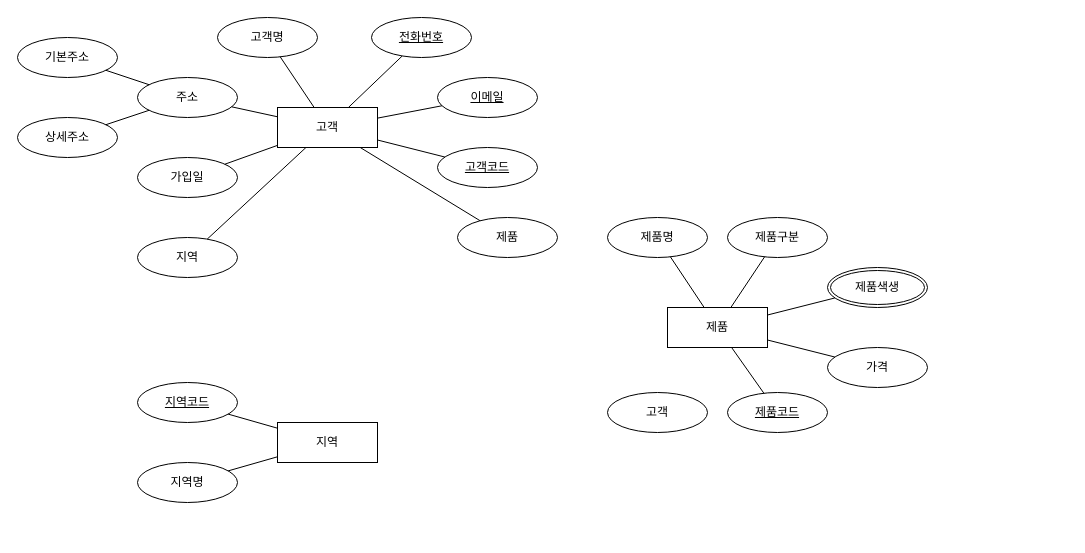
Above: ERD_TEST.drawio in KimHakLae/ERD_TEST (draw.io), before the change. Source tidied: cells renumbered, new cells numbered last; positions are measured from the earlier drawing's top-left corner, leaving out a move shared by most shapes. Both pictures are drawn from the tidied source at 100%, with x=0, y=0 at pixel (17, 17).
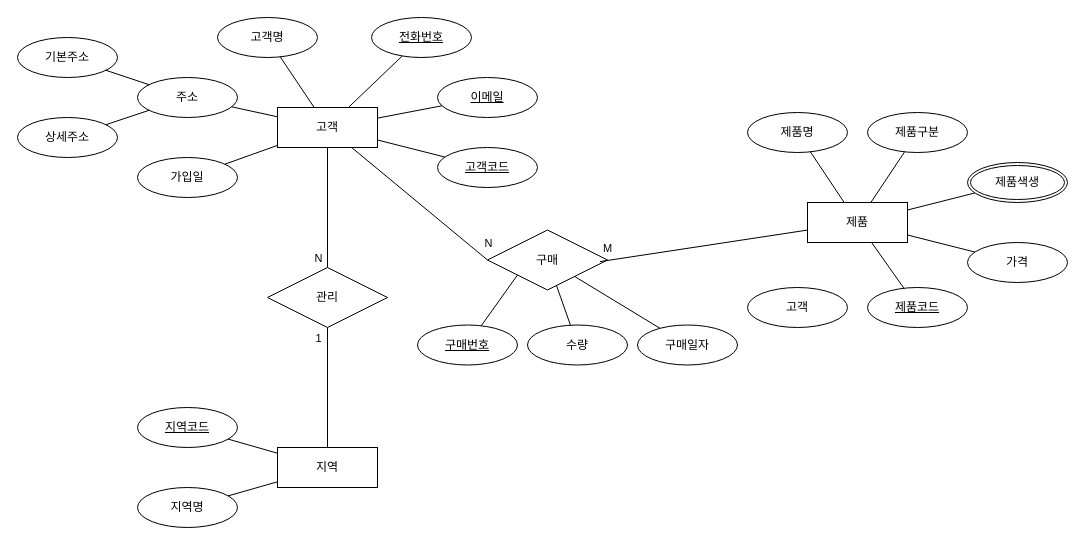
The same page after the edit.

Commit message:
최종 ER다이어그램 (관계포함)_08강

Unchanged cells that the change refers to:
```xml
<mxCell id="2" value="고객" style="whiteSpace=wrap;html=1;align=center;" parent="1" vertex="1">
  <mxGeometry x="260" y="90" width="100" height="40" as="geometry" />
</mxCell>
```

What changed in the source:
```diff
@@
-    <mxCell id="19" value="지역" style="ellipse;whiteSpace=wrap;html=1;align=center;" parent="1" vertex="1">
-      <mxGeometry x="120" y="220" width="100" height="40" as="geometry" />
-    </mxCell>
-    <mxCell id="20" style="endArrow=none;html=1;rounded=0;" parent="1" edge="1" source="19" target="2">
-      <mxGeometry relative="1" as="geometry" />
-    </mxCell>
     <mxCell id="21" value="지역" style="whiteSpace=wrap;html=1;align=center;" parent="1" vertex="1">
-      <mxGeometry x="260" y="405" width="100" height="40" as="geometry" />
+      <mxGeometry x="260" y="430" width="100" height="40" as="geometry" />
     </mxCell>
     <mxCell id="22" value="지역명" style="ellipse;whiteSpace=wrap;html=1;align=center;" parent="1" vertex="1">
-      <mxGeometry x="120" y="445" width="100" height="40" as="geometry" />
+      <mxGeometry x="120" y="470" width="100" height="40" as="geometry" />
     </mxCell>
     <mxCell id="23" value="지역코드" style="ellipse;whiteSpace=wrap;html=1;align=center;fontStyle=4;" parent="1" vertex="1">
-      <mxGeometry x="120" y="365" width="100" height="40" as="geometry" />
+      <mxGeometry x="120" y="390" width="100" height="40" as="geometry" />
     </mxCell>
@@
     <mxCell id="26" value="제품" style="whiteSpace=wrap;html=1;align=center;" parent="1" vertex="1">
-      <mxGeometry x="650" y="290" width="100" height="40" as="geometry" />
+      <mxGeometry x="790" y="185" width="100" height="40" as="geometry" />
     </mxCell>
     <mxCell id="27" value="제품코드" style="ellipse;whiteSpace=wrap;html=1;align=center;fontStyle=4;" parent="1" vertex="1">
-      <mxGeometry x="710" y="375" width="100" height="40" as="geometry" />
+      <mxGeometry x="850" y="270" width="100" height="40" as="geometry" />
     </mxCell>
     <mxCell id="28" value="제품명" style="ellipse;whiteSpace=wrap;html=1;align=center;" parent="1" vertex="1">
-      <mxGeometry x="590" y="200" width="100" height="40" as="geometry" />
+      <mxGeometry x="730" y="95" width="100" height="40" as="geometry" />
     </mxCell>
     <mxCell id="29" value="제품구분" style="ellipse;whiteSpace=wrap;html=1;align=center;" parent="1" vertex="1">
-      <mxGeometry x="710" y="200" width="100" height="40" as="geometry" />
+      <mxGeometry x="850" y="95" width="100" height="40" as="geometry" />
     </mxCell>
     <mxCell id="30" value="제품색생" style="ellipse;shape=doubleEllipse;margin=3;whiteSpace=wrap;html=1;align=center;" parent="1" vertex="1">
-      <mxGeometry x="810" y="250" width="100" height="40" as="geometry" />
+      <mxGeometry x="950" y="145" width="100" height="40" as="geometry" />
     </mxCell>
     <mxCell id="31" value="가격" style="ellipse;whiteSpace=wrap;html=1;align=center;" parent="1" vertex="1">
-      <mxGeometry x="810" y="330" width="100" height="40" as="geometry" />
+      <mxGeometry x="950" y="225" width="100" height="40" as="geometry" />
     </mxCell>
@@
-    <mxCell id="38" value="제품" style="ellipse;whiteSpace=wrap;html=1;align=center;" parent="1" vertex="1">
-      <mxGeometry x="440" y="200" width="100" height="40" as="geometry" />
-    </mxCell>
-    <mxCell id="39" style="endArrow=none;html=1;rounded=0;" parent="1" edge="1" source="38" target="2">
-      <mxGeometry relative="1" as="geometry" />
-    </mxCell>
     <mxCell id="40" value="고객" style="ellipse;whiteSpace=wrap;html=1;align=center;" parent="1" vertex="1">
-      <mxGeometry x="590" y="375" width="100" height="40" as="geometry" />
+      <mxGeometry x="730" y="270" width="100" height="40" as="geometry" />
     </mxCell>
+    <mxCell id="41" value="관리" style="shape=rhombus;perimeter=rhombusPerimeter;whiteSpace=wrap;html=1;align=center;" parent="1" vertex="1">
+      <mxGeometry x="250" y="250" width="120" height="60" as="geometry" />
+    </mxCell>
+    <mxCell id="42" style="endArrow=none;html=1;rounded=0;" parent="1" edge="1" source="41" target="2">
+      <mxGeometry relative="1" as="geometry" />
+    </mxCell>
+    <mxCell id="43" value="N" style="edgeLabel;html=1;align=center;verticalAlign=middle;" parent="42" vertex="1">
+      <mxGeometry x="0.24" y="-2" relative="1" as="geometry">
+        <mxPoint x="-12" y="64" as="offset" />
+      </mxGeometry>
+    </mxCell>
+    <mxCell id="44" style="endArrow=none;html=1;rounded=0;" parent="1" edge="1" source="21" target="41">
+      <mxGeometry relative="1" as="geometry" />
+    </mxCell>
+    <mxCell id="45" value="1" style="edgeLabel;html=1;align=center;verticalAlign=middle;" parent="44" vertex="1">
+      <mxGeometry x="0.22" y="2" relative="1" as="geometry">
+        <mxPoint x="-8" y="-37" as="offset" />
+      </mxGeometry>
+    </mxCell>
+    <mxCell id="46" value="구매" style="shape=rhombus;perimeter=rhombusPerimeter;whiteSpace=wrap;html=1;align=center;" parent="1" vertex="1">
+      <mxGeometry x="470" y="212.5" width="120" height="60" as="geometry" />
+    </mxCell>
+    <mxCell id="47" value="구매번호" style="ellipse;whiteSpace=wrap;html=1;align=center;fontStyle=4;" parent="1" vertex="1">
+      <mxGeometry x="400" y="307.5" width="100" height="40" as="geometry" />
+    </mxCell>
+    <mxCell id="48" value="수량" style="ellipse;whiteSpace=wrap;html=1;align=center;" parent="1" vertex="1">
+      <mxGeometry x="510" y="307.5" width="100" height="40" as="geometry" />
+    </mxCell>
+    <mxCell id="49" value="구매일자" style="ellipse;whiteSpace=wrap;html=1;align=center;" parent="1" vertex="1">
+      <mxGeometry x="620" y="307.5" width="100" height="40" as="geometry" />
+    </mxCell>
+    <mxCell id="50" style="endArrow=none;html=1;rounded=0;" parent="1" edge="1" source="46" target="49">
+      <mxGeometry relative="1" as="geometry" />
+    </mxCell>
+    <mxCell id="51" style="endArrow=none;html=1;rounded=0;" parent="1" edge="1" source="48" target="46">
+      <mxGeometry relative="1" as="geometry" />
+    </mxCell>
+    <mxCell id="52" style="endArrow=none;html=1;rounded=0;entryX=0;entryY=1;entryDx=0;entryDy=0;" parent="1" edge="1" source="47" target="46">
+      <mxGeometry relative="1" as="geometry" />
+    </mxCell>
+    <mxCell id="53" style="endArrow=none;html=1;rounded=0;exitX=0;exitY=0.5;exitDx=0;exitDy=0;" parent="1" edge="1" source="46" target="2">
+      <mxGeometry relative="1" as="geometry" />
+    </mxCell>
+    <mxCell id="54" value="N" style="edgeLabel;html=1;align=center;verticalAlign=middle;" parent="53" vertex="1">
+      <mxGeometry x="0.24" y="-2" relative="1" as="geometry">
+        <mxPoint x="83" y="54" as="offset" />
+      </mxGeometry>
+    </mxCell>
+    <mxCell id="55" style="endArrow=none;html=1;rounded=0;entryX=0.937;entryY=0.527;entryDx=0;entryDy=0;entryPerimeter=0;" parent="1" edge="1" source="26" target="46">
+      <mxGeometry relative="1" as="geometry" />
+    </mxCell>
+    <mxCell id="56" value="M" style="edgeLabel;html=1;align=center;verticalAlign=middle;" parent="55" vertex="1">
+      <mxGeometry x="0.24" y="-2" relative="1" as="geometry">
+        <mxPoint x="-72" as="offset" />
+      </mxGeometry>
+    </mxCell>
```
